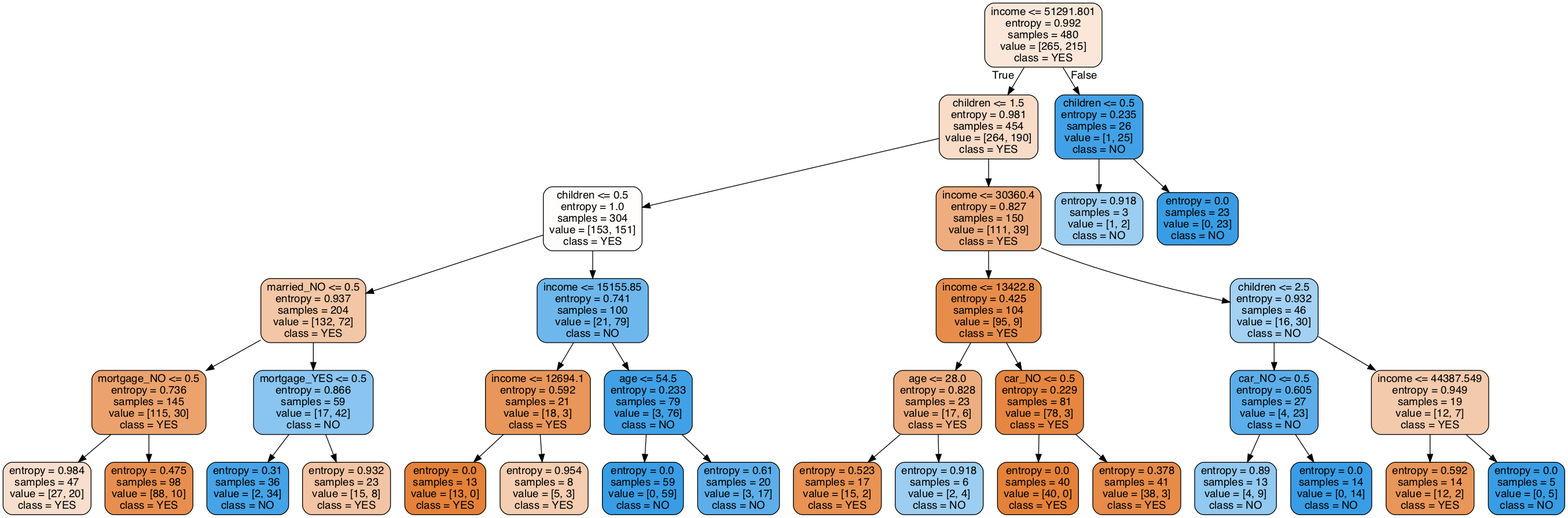
The Graphviz diagram Assignment2/tree.dot.png in claytoncohn/DSC478, before a commit. Its source is kept beside it as Assignment2/tree.dot.
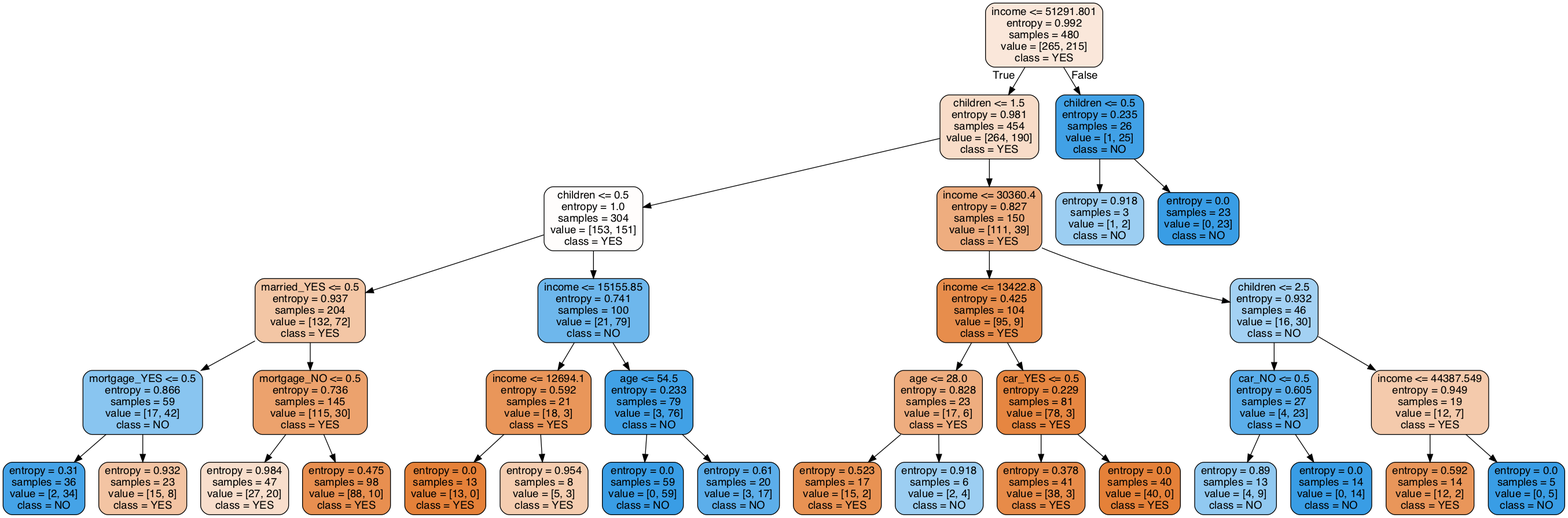
After the commit.

The edit, as a diff of the source:
```diff
@@ -6,19 +6,19 @@
 0 -> 1 [labeldistance=2.5, labelangle=45, headlabel="True"] ;
 2 [label="children <= 0.5\nentropy = 1.0\nsamples = 304\nvalue = [153, 151]\nclass = YES", fillcolor="#fffdfc"] ;
 1 -> 2 ;
-3 [label="married_NO <= 0.5\nentropy = 0.937\nsamples = 204\nvalue = [132, 72]\nclass = YES", fillcolor="#f3c6a5"] ;
+3 [label="married_YES <= 0.5\nentropy = 0.937\nsamples = 204\nvalue = [132, 72]\nclass = YES", fillcolor="#f3c6a5"] ;
 2 -> 3 ;
-4 [label="mortgage_NO <= 0.5\nentropy = 0.736\nsamples = 145\nvalue = [115, 30]\nclass = YES", fillcolor="#eca26d"] ;
+4 [label="mortgage_YES <= 0.5\nentropy = 0.866\nsamples = 59\nvalue = [17, 42]\nclass = NO", fillcolor="#89c5f0"] ;
 3 -> 4 ;
-5 [label="entropy = 0.984\nsamples = 47\nvalue = [27, 20]\nclass = YES", fillcolor="#f8decc"] ;
+5 [label="entropy = 0.31\nsamples = 36\nvalue = [2, 34]\nclass = NO", fillcolor="#45a3e7"] ;
 4 -> 5 ;
-6 [label="entropy = 0.475\nsamples = 98\nvalue = [88, 10]\nclass = YES", fillcolor="#e88f50"] ;
+6 [label="entropy = 0.932\nsamples = 23\nvalue = [15, 8]\nclass = YES", fillcolor="#f3c4a3"] ;
 4 -> 6 ;
-7 [label="mortgage_YES <= 0.5\nentropy = 0.866\nsamples = 59\nvalue = [17, 42]\nclass = NO", fillcolor="#89c5f0"] ;
+7 [label="mortgage_NO <= 0.5\nentropy = 0.736\nsamples = 145\nvalue = [115, 30]\nclass = YES", fillcolor="#eca26d"] ;
 3 -> 7 ;
-8 [label="entropy = 0.31\nsamples = 36\nvalue = [2, 34]\nclass = NO", fillcolor="#45a3e7"] ;
+8 [label="entropy = 0.984\nsamples = 47\nvalue = [27, 20]\nclass = YES", fillcolor="#f8decc"] ;
 7 -> 8 ;
-9 [label="entropy = 0.932\nsamples = 23\nvalue = [15, 8]\nclass = YES", fillcolor="#f3c4a3"] ;
+9 [label="entropy = 0.475\nsamples = 98\nvalue = [88, 10]\nclass = YES", fillcolor="#e88f50"] ;
 7 -> 9 ;
 10 [label="income <= 15155.85\nentropy = 0.741\nsamples = 100\nvalue = [21, 79]\nclass = NO", fillcolor="#6eb7ec"] ;
 2 -> 10 ;
@@ -44,11 +44,11 @@
 19 -> 20 ;
 21 [label="entropy = 0.918\nsamples = 6\nvalue = [2, 4]\nclass = NO", fillcolor="#9ccef2"] ;
 19 -> 21 ;
-22 [label="car_NO <= 0.5\nentropy = 0.229\nsamples = 81\nvalue = [78, 3]\nclass = YES", fillcolor="#e68641"] ;
+22 [label="car_YES <= 0.5\nentropy = 0.229\nsamples = 81\nvalue = [78, 3]\nclass = YES", fillcolor="#e68641"] ;
 18 -> 22 ;
-23 [label="entropy = 0.0\nsamples = 40\nvalue = [40, 0]\nclass = YES", fillcolor="#e58139"] ;
+23 [label="entropy = 0.378\nsamples = 41\nvalue = [38, 3]\nclass = YES", fillcolor="#e78b49"] ;
 22 -> 23 ;
-24 [label="entropy = 0.378\nsamples = 41\nvalue = [38, 3]\nclass = YES", fillcolor="#e78b49"] ;
+24 [label="entropy = 0.0\nsamples = 40\nvalue = [40, 0]\nclass = YES", fillcolor="#e58139"] ;
 22 -> 24 ;
 25 [label="children <= 2.5\nentropy = 0.932\nsamples = 46\nvalue = [16, 30]\nclass = NO", fillcolor="#a3d1f3"] ;
 17 -> 25 ;
```
